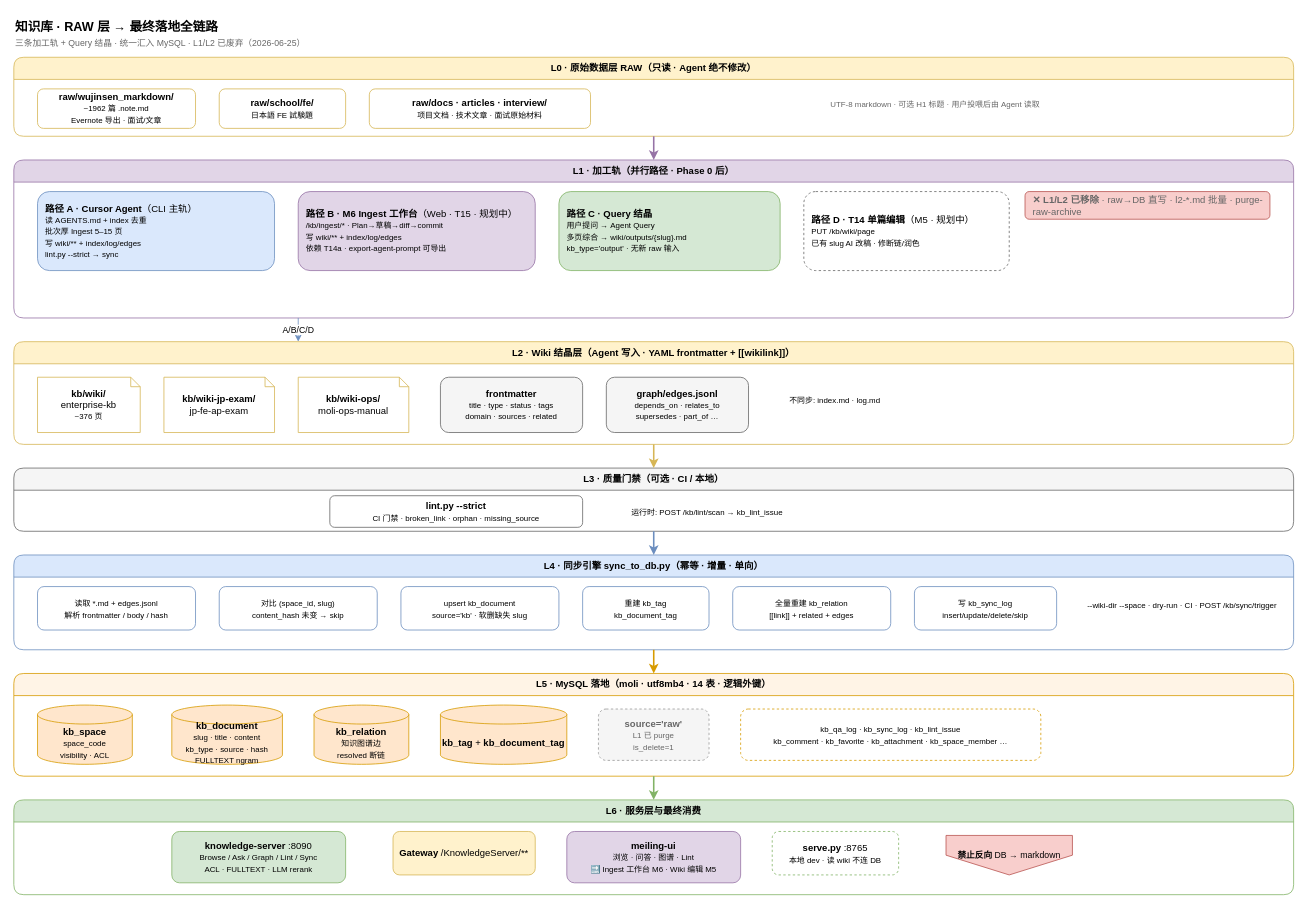
This is docs/diagrams/moli-kb-raw-pipeline.drawio from wujinsen/moli-project-distribute, a draw.io file, before an edit. Source tidied: cells renumbered, new cells numbered last; positions are measured from the earlier drawing's top-left corner, leaving out a move shared by most shapes. Both pictures are drawn from the tidied source at 79%, with x=0, y=0 at pixel (13, 13).
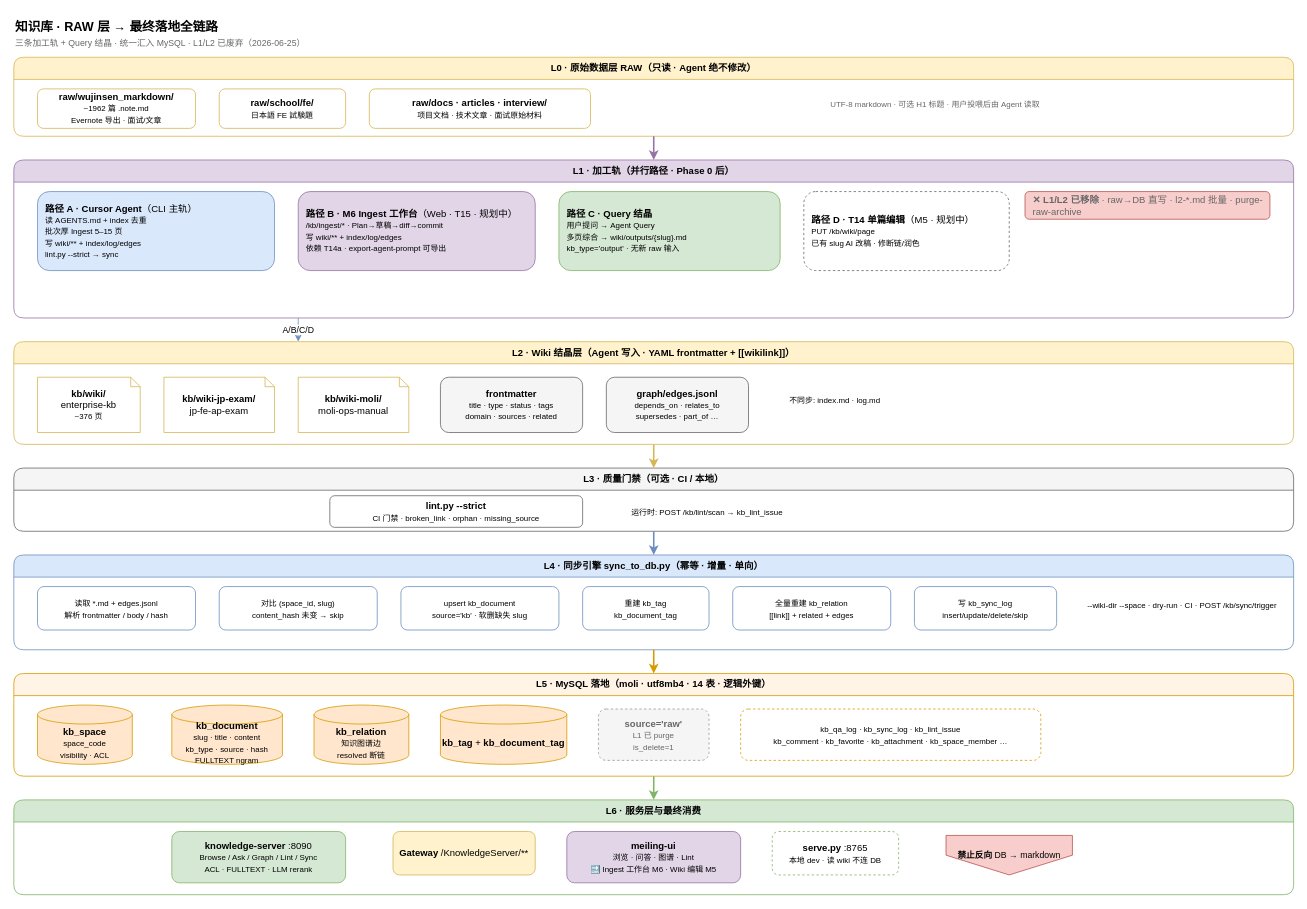
After the change.

Unchanged cells that the change refers to:
```xml
<mxCell id="14" value="L2 · Wiki 结晶层（Agent 写入 · YAML frontmatter + [[wikilink]]）" style="swimlane;whiteSpace=wrap;html=1;fillColor=#fff2cc;strokeColor=#d6b656;startSize=28;fontStyle=1;rounded=1;" parent="1" vertex="1">
  <mxGeometry y="415" width="1620" height="130" as="geometry" />
</mxCell>
```

Change to the diagram source:
```diff
@@
-    <mxCell id="17" value="&lt;b&gt;kb/wiki-ops/&lt;/b&gt;&lt;br&gt;moli-ops-manual" style="shape=note;whiteSpace=wrap;html=1;backgroundOutline=1;fillColor=#ffffff;strokeColor=#d6b656;size=12;" parent="14" vertex="1">
+    <mxCell id="17" value="&lt;b&gt;kb/wiki-moli/&lt;/b&gt;&lt;br&gt;moli-ops-manual" style="shape=note;whiteSpace=wrap;html=1;backgroundOutline=1;fillColor=#ffffff;strokeColor=#d6b656;size=12;" parent="14" vertex="1">
       <mxGeometry x="360" y="45" width="140" height="70" as="geometry" />
     </mxCell>
```
